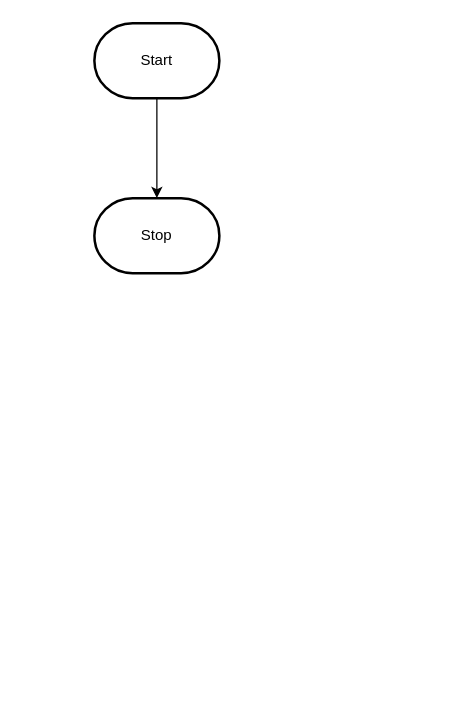
The draw.io diagram design/flowchart.drawio in MTHS-TEJ2O-1-2023/TEJ2O-Unit-2-14-olmes-leon, before the edit. Source tidied: cells renumbered, new cells numbered last; positions are measured from the earlier drawing's top-left corner, leaving out a move shared by most shapes. Both pictures are drawn from the tidied source at 125%, with x=0, y=0 at pixel (94, 22).
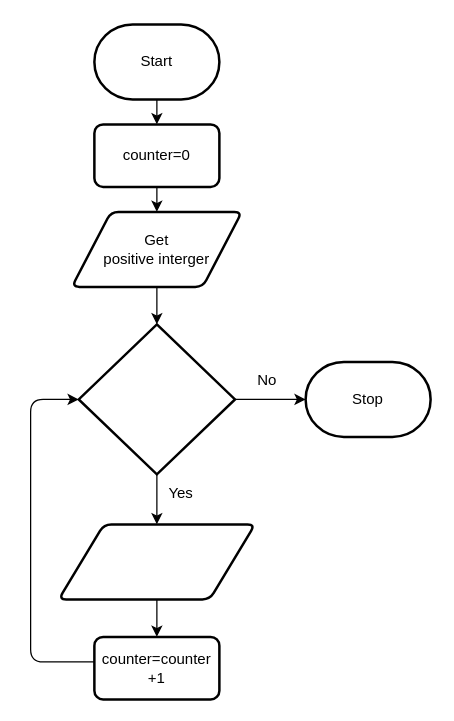
After the change.

Commit message:
start of flow chart on 2-14

What changed in the source:
```diff
@@
 <mxGraphModel>
   <root>
     <mxCell id="0" />
     <mxCell id="1" parent="0" />
-    <mxCell id="2" style="edgeStyle=orthogonalEdgeStyle;html=1;rounded=0;" parent="1" edge="1" source="3" target="4">
-      <mxGeometry relative="1" as="geometry" />
-    </mxCell>
+    <mxCell id="5" style="edgeStyle=orthogonalEdgeStyle;html=1;" parent="1" edge="1" source="3" target="14">
+      <mxGeometry relative="1" as="geometry" />
+    </mxCell>
     <mxCell id="3" value="Start" style="strokeWidth=2;html=1;shape=mxgraph.flowchart.terminator;whiteSpace=wrap;" parent="1" vertex="1">
-      <mxGeometry width="100" height="60" as="geometry" />
+      <mxGeometry y="1" width="100" height="60" as="geometry" />
     </mxCell>
     <mxCell id="4" value="Stop" style="strokeWidth=2;html=1;shape=mxgraph.flowchart.terminator;whiteSpace=wrap;" parent="1" vertex="1">
-      <mxGeometry y="140" width="100" height="60" as="geometry" />
+      <mxGeometry x="169" y="271" width="100" height="60" as="geometry" />
     </mxCell>
+    <mxCell id="6" style="edgeStyle=orthogonalEdgeStyle;html=1;entryX=0;entryY=0.5;entryDx=0;entryDy=0;entryPerimeter=0;" parent="1" edge="1" source="7" target="12">
+      <mxGeometry relative="1" as="geometry">
+        <Array as="points">
+          <mxPoint x="-51" y="511" />
+          <mxPoint x="-51" y="301" />
+        </Array>
+      </mxGeometry>
+    </mxCell>
+    <mxCell id="7" value="counter=counter&lt;br&gt;+1" style="rounded=1;whiteSpace=wrap;html=1;absoluteArcSize=1;arcSize=14;strokeWidth=2;" parent="1" vertex="1">
+      <mxGeometry y="491" width="100" height="50" as="geometry" />
+    </mxCell>
+    <mxCell id="8" style="edgeStyle=orthogonalEdgeStyle;html=1;entryX=0.5;entryY=0;entryDx=0;entryDy=0;entryPerimeter=0;" parent="1" edge="1" source="9" target="12">
+      <mxGeometry relative="1" as="geometry" />
+    </mxCell>
+    <mxCell id="9" value="Get &lt;br&gt;positive interger" style="shape=parallelogram;html=1;strokeWidth=2;perimeter=parallelogramPerimeter;whiteSpace=wrap;rounded=1;arcSize=12;size=0.23;" parent="1" vertex="1">
+      <mxGeometry x="-18" y="151" width="136" height="60" as="geometry" />
+    </mxCell>
+    <mxCell id="10" style="edgeStyle=orthogonalEdgeStyle;html=1;" parent="1" edge="1" source="12" target="16">
+      <mxGeometry relative="1" as="geometry" />
+    </mxCell>
+    <mxCell id="11" style="edgeStyle=orthogonalEdgeStyle;html=1;entryX=0;entryY=0.5;entryDx=0;entryDy=0;entryPerimeter=0;" parent="1" edge="1" source="12" target="4">
+      <mxGeometry relative="1" as="geometry" />
+    </mxCell>
+    <mxCell id="12" style="strokeWidth=2;html=1;shape=mxgraph.flowchart.decision;whiteSpace=wrap;" parent="1" vertex="1">
+      <mxGeometry x="-12.5" y="241" width="125" height="120" as="geometry" />
+    </mxCell>
+    <mxCell id="13" style="edgeStyle=orthogonalEdgeStyle;html=1;" parent="1" edge="1" source="14" target="9">
+      <mxGeometry relative="1" as="geometry" />
+    </mxCell>
+    <mxCell id="14" value="counter=0" style="rounded=1;whiteSpace=wrap;html=1;absoluteArcSize=1;arcSize=14;strokeWidth=2;" parent="1" vertex="1">
+      <mxGeometry y="81" width="100" height="50" as="geometry" />
+    </mxCell>
+    <mxCell id="15" style="edgeStyle=orthogonalEdgeStyle;html=1;entryX=0.5;entryY=0;entryDx=0;entryDy=0;" parent="1" edge="1" source="16" target="7">
+      <mxGeometry relative="1" as="geometry" />
+    </mxCell>
+    <mxCell id="16" style="shape=parallelogram;html=1;strokeWidth=2;perimeter=parallelogramPerimeter;whiteSpace=wrap;rounded=1;arcSize=12;size=0.23;" parent="1" vertex="1">
+      <mxGeometry x="-28.5" y="401" width="157" height="60" as="geometry" />
+    </mxCell>
+    <mxCell id="17" value="No" style="text;html=1;align=center;verticalAlign=middle;strokeColor=none;fillColor=none;" parent="1" vertex="1">
+      <mxGeometry x="118" y="271" width="40" height="30" as="geometry" />
+    </mxCell>
+    <mxCell id="18" value="Yes" style="text;html=1;align=center;verticalAlign=middle;strokeColor=none;fillColor=none;" parent="1" vertex="1">
+      <mxGeometry x="49" y="361" width="40" height="30" as="geometry" />
+    </mxCell>
   </root>
 </mxGraphModel>
```
